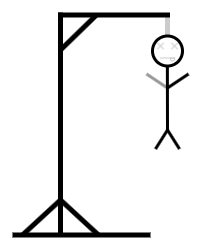
Earlier version of the draw.io export Hangman9.png (CubezPlayer/Discord-Bot). Source tidied: cells renumbered, new cells last; positions are measured from the earlier drawing's top-left corner, leaving out a move shared by most shapes. Its diagram source:
```xml
<mxGraphModel>
  <root>
    <mxCell id="0" />
    <mxCell id="1" parent="0" />
    <mxCell id="2" style="endArrow=none;html=1;rounded=0;strokeWidth=3;strokeColor=#999999;" parent="1" edge="1">
      <mxGeometry relative="1" as="geometry">
        <mxPoint x="155" y="75.5" as="sourcePoint" />
        <mxPoint x="134" y="61.5" as="targetPoint" />
      </mxGeometry>
    </mxCell>
    <mxCell id="3" style="endArrow=none;html=1;rounded=0;strokeWidth=5;" parent="1" edge="1">
      <mxGeometry relative="1" as="geometry">
        <mxPoint y="222.5" as="sourcePoint" />
        <mxPoint x="138" y="222.5" as="targetPoint" />
      </mxGeometry>
    </mxCell>
    <mxCell id="4" style="endArrow=none;html=1;rounded=0;strokeWidth=5;" parent="1" edge="1">
      <mxGeometry relative="1" as="geometry">
        <mxPoint x="48" as="sourcePoint" />
        <mxPoint x="48" y="222.5" as="targetPoint" />
      </mxGeometry>
    </mxCell>
    <mxCell id="5" style="endArrow=none;html=1;rounded=0;strokeWidth=5;strokeColor=#CCCCCC;" parent="1" edge="1">
      <mxGeometry relative="1" as="geometry">
        <mxPoint x="155" y="2.5" as="sourcePoint" />
        <mxPoint x="155" y="22.5" as="targetPoint" />
      </mxGeometry>
    </mxCell>
    <mxCell id="6" style="endArrow=none;html=1;rounded=0;strokeWidth=5;" parent="1" edge="1">
      <mxGeometry relative="1" as="geometry">
        <mxPoint x="46" y="2.5" as="sourcePoint" />
        <mxPoint x="157.5" y="2.5" as="targetPoint" />
      </mxGeometry>
    </mxCell>
    <mxCell id="7" style="ellipse;whiteSpace=wrap;html=1;strokeWidth=3;fillColor=none;" parent="1" vertex="1">
      <mxGeometry x="140" y="23.5" width="30" height="30" as="geometry" />
    </mxCell>
    <mxCell id="8" style="endArrow=none;html=1;rounded=0;strokeWidth=3;" parent="1" edge="1">
      <mxGeometry relative="1" as="geometry">
        <mxPoint x="155" y="119.5" as="sourcePoint" />
        <mxPoint x="154.9" y="53.5" as="targetPoint" />
      </mxGeometry>
    </mxCell>
    <mxCell id="9" style="endArrow=none;html=1;rounded=0;strokeWidth=3;" parent="1" edge="1">
      <mxGeometry relative="1" as="geometry">
        <mxPoint x="155" y="75.5" as="sourcePoint" />
        <mxPoint x="176" y="61.5" as="targetPoint" />
      </mxGeometry>
    </mxCell>
    <mxCell id="10" style="endArrow=none;html=1;rounded=0;strokeWidth=3;" parent="1" edge="1">
      <mxGeometry relative="1" as="geometry">
        <mxPoint x="155" y="117.5" as="sourcePoint" />
        <mxPoint x="167" y="136.5" as="targetPoint" />
      </mxGeometry>
    </mxCell>
    <mxCell id="11" style="endArrow=none;html=1;rounded=0;strokeWidth=3;" parent="1" edge="1">
      <mxGeometry relative="1" as="geometry">
        <mxPoint x="155" y="117.5" as="sourcePoint" />
        <mxPoint x="143" y="136.5" as="targetPoint" />
      </mxGeometry>
    </mxCell>
    <mxCell id="12" style="group;rotation=-45;" parent="1" vertex="1">
      <mxGeometry x="144" y="29.5" width="8" height="8" as="geometry" />
    </mxCell>
    <mxCell id="13" style="endArrow=none;html=1;rounded=0;strokeColor=#CCCCCC;" parent="12" edge="1">
      <mxGeometry relative="1" as="geometry">
        <mxPoint x="7" y="7" as="sourcePoint" />
        <mxPoint x="1" y="1" as="targetPoint" />
      </mxGeometry>
    </mxCell>
    <mxCell id="14" style="endArrow=none;html=1;rounded=0;strokeColor=#CCCCCC;" parent="12" edge="1">
      <mxGeometry relative="1" as="geometry">
        <mxPoint x="7" y="1" as="sourcePoint" />
        <mxPoint x="1" y="7" as="targetPoint" />
      </mxGeometry>
    </mxCell>
    <mxCell id="15" style="group;rotation=-45;" parent="1" vertex="1">
      <mxGeometry x="158" y="29.5" width="8" height="8" as="geometry" />
    </mxCell>
    <mxCell id="16" style="endArrow=none;html=1;rounded=0;strokeColor=#CCCCCC;" parent="15" edge="1">
      <mxGeometry relative="1" as="geometry">
        <mxPoint x="7" y="7" as="sourcePoint" />
        <mxPoint x="1" y="1" as="targetPoint" />
      </mxGeometry>
    </mxCell>
    <mxCell id="17" style="endArrow=none;html=1;rounded=0;strokeColor=#CCCCCC;" parent="15" edge="1">
      <mxGeometry relative="1" as="geometry">
        <mxPoint x="7" y="1" as="sourcePoint" />
        <mxPoint x="1" y="7" as="targetPoint" />
      </mxGeometry>
    </mxCell>
    <mxCell id="18" style="endArrow=none;html=1;rounded=1;curved=0;strokeColor=#CCCCCC;" parent="1" edge="1">
      <mxGeometry relative="1" as="geometry">
        <mxPoint x="147.5" y="45.5" as="sourcePoint" />
        <mxPoint x="162.5" y="45.5" as="targetPoint" />
      </mxGeometry>
    </mxCell>
    <mxCell id="19" style="shape=or;whiteSpace=wrap;html=1;rotation=90;fillColor=none;strokeColor=#CCCCCC;" parent="1" vertex="1">
      <mxGeometry x="158.5" y="45" width="3" height="4" as="geometry" />
    </mxCell>
    <mxCell id="20" style="endArrow=none;html=1;rounded=0;strokeWidth=5;" parent="1" edge="1">
      <mxGeometry relative="1" as="geometry">
        <mxPoint x="84" y="2.5" as="sourcePoint" />
        <mxPoint x="48" y="37.5" as="targetPoint" />
      </mxGeometry>
    </mxCell>
    <mxCell id="21" style="endArrow=none;html=1;rounded=0;strokeWidth=5;" parent="1" edge="1">
      <mxGeometry relative="1" as="geometry">
        <mxPoint x="48" y="187.5" as="sourcePoint" />
        <mxPoint x="86" y="222.5" as="targetPoint" />
      </mxGeometry>
    </mxCell>
    <mxCell id="22" style="endArrow=none;html=1;rounded=0;strokeWidth=5;" parent="1" edge="1">
      <mxGeometry relative="1" as="geometry">
        <mxPoint x="10" y="222.5" as="sourcePoint" />
        <mxPoint x="48" y="187.5" as="targetPoint" />
      </mxGeometry>
    </mxCell>
  </root>
</mxGraphModel>
```
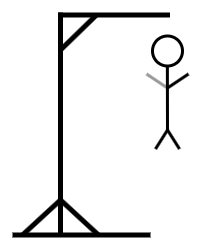
Above is the later version.

What changed in the source:
```diff
@@ -20,101 +20,56 @@
         <mxPoint x="48" y="222.5" as="targetPoint" />
       </mxGeometry>
     </mxCell>
-    <mxCell id="5" style="endArrow=none;html=1;rounded=0;strokeWidth=5;strokeColor=#CCCCCC;" parent="1" edge="1">
+    <mxCell id="5" style="endArrow=none;html=1;rounded=0;strokeWidth=5;" parent="1" edge="1">
       <mxGeometry relative="1" as="geometry">
-        <mxPoint x="155" y="2.5" as="sourcePoint" />
-        <mxPoint x="155" y="22.5" as="targetPoint" />
+        <mxPoint x="46" y="2.5" as="sourcePoint" />
+        <mxPoint x="157.5" y="2.5" as="targetPoint" />
       </mxGeometry>
     </mxCell>
-    <mxCell id="6" style="endArrow=none;html=1;rounded=0;strokeWidth=5;" parent="1" edge="1">
-      <mxGeometry relative="1" as="geometry">
-        <mxPoint x="46" y="2.5" as="sourcePoint" />
-        <mxPoint x="157.5" y="2.5" as="targetPoint" />
-      </mxGeometry>
+    <mxCell id="6" style="ellipse;whiteSpace=wrap;html=1;strokeWidth=3;fillColor=none;" parent="1" vertex="1">
+      <mxGeometry x="140" y="23.5" width="30" height="30" as="geometry" />
     </mxCell>
-    <mxCell id="7" style="ellipse;whiteSpace=wrap;html=1;strokeWidth=3;fillColor=none;" parent="1" vertex="1">
-      <mxGeometry x="140" y="23.5" width="30" height="30" as="geometry" />
+    <mxCell id="7" style="endArrow=none;html=1;rounded=0;strokeWidth=3;" parent="1" edge="1">
+      <mxGeometry relative="1" as="geometry">
+        <mxPoint x="155" y="119.5" as="sourcePoint" />
+        <mxPoint x="154.9" y="53.5" as="targetPoint" />
+      </mxGeometry>
     </mxCell>
     <mxCell id="8" style="endArrow=none;html=1;rounded=0;strokeWidth=3;" parent="1" edge="1">
       <mxGeometry relative="1" as="geometry">
-        <mxPoint x="155" y="119.5" as="sourcePoint" />
-        <mxPoint x="154.9" y="53.5" as="targetPoint" />
+        <mxPoint x="155" y="75.5" as="sourcePoint" />
+        <mxPoint x="176" y="61.5" as="targetPoint" />
       </mxGeometry>
     </mxCell>
     <mxCell id="9" style="endArrow=none;html=1;rounded=0;strokeWidth=3;" parent="1" edge="1">
       <mxGeometry relative="1" as="geometry">
-        <mxPoint x="155" y="75.5" as="sourcePoint" />
-        <mxPoint x="176" y="61.5" as="targetPoint" />
+        <mxPoint x="155" y="117.5" as="sourcePoint" />
+        <mxPoint x="167" y="136.5" as="targetPoint" />
       </mxGeometry>
     </mxCell>
     <mxCell id="10" style="endArrow=none;html=1;rounded=0;strokeWidth=3;" parent="1" edge="1">
       <mxGeometry relative="1" as="geometry">
         <mxPoint x="155" y="117.5" as="sourcePoint" />
-        <mxPoint x="167" y="136.5" as="targetPoint" />
+        <mxPoint x="143" y="136.5" as="targetPoint" />
       </mxGeometry>
     </mxCell>
-    <mxCell id="11" style="endArrow=none;html=1;rounded=0;strokeWidth=3;" parent="1" edge="1">
+    <mxCell id="11" style="endArrow=none;html=1;rounded=0;strokeWidth=5;" parent="1" edge="1">
       <mxGeometry relative="1" as="geometry">
-        <mxPoint x="155" y="117.5" as="sourcePoint" />
-        <mxPoint x="143" y="136.5" as="targetPoint" />
+        <mxPoint x="84" y="2.5" as="sourcePoint" />
+        <mxPoint x="48" y="37.5" as="targetPoint" />
       </mxGeometry>
     </mxCell>
-    <mxCell id="12" style="group;rotation=-45;" parent="1" vertex="1">
-      <mxGeometry x="144" y="29.5" width="8" height="8" as="geometry" />
+    <mxCell id="12" style="endArrow=none;html=1;rounded=0;strokeWidth=5;" parent="1" edge="1">
+      <mxGeometry relative="1" as="geometry">
+        <mxPoint x="48" y="187.5" as="sourcePoint" />
+        <mxPoint x="86" y="222.5" as="targetPoint" />
+      </mxGeometry>
     </mxCell>
-    <mxCell id="13" style="endArrow=none;html=1;rounded=0;strokeColor=#CCCCCC;" parent="12" edge="1">
+    <mxCell id="13" style="endArrow=none;html=1;rounded=0;strokeWidth=5;" parent="1" edge="1">
       <mxGeometry relative="1" as="geometry">
-        <mxPoint x="7" y="7" as="sourcePoint" />
-        <mxPoint x="1" y="1" as="targetPoint" />
+        <mxPoint x="10" y="222.5" as="sourcePoint" />
+        <mxPoint x="48" y="187.5" as="targetPoint" />
       </mxGeometry>
     </mxCell>
-    <mxCell id="14" style="endArrow=none;html=1;rounded=0;strokeColor=#CCCCCC;" parent="12" edge="1">
-      <mxGeometry relative="1" as="geometry">
-        <mxPoint x="7" y="1" as="sourcePoint" />
-        <mxPoint x="1" y="7" as="targetPoint" />
-      </mxGeometry>
-    </mxCell>
-    <mxCell id="15" style="group;rotation=-45;" parent="1" vertex="1">
-      <mxGeometry x="158" y="29.5" width="8" height="8" as="geometry" />
-    </mxCell>
-    <mxCell id="16" style="endArrow=none;html=1;rounded=0;strokeColor=#CCCCCC;" parent="15" edge="1">
-      <mxGeometry relative="1" as="geometry">
-        <mxPoint x="7" y="7" as="sourcePoint" />
-        <mxPoint x="1" y="1" as="targetPoint" />
-      </mxGeometry>
-    </mxCell>
-    <mxCell id="17" style="endArrow=none;html=1;rounded=0;strokeColor=#CCCCCC;" parent="15" edge="1">
-      <mxGeometry relative="1" as="geometry">
-        <mxPoint x="7" y="1" as="sourcePoint" />
-        <mxPoint x="1" y="7" as="targetPoint" />
-      </mxGeometry>
-    </mxCell>
-    <mxCell id="18" style="endArrow=none;html=1;rounded=1;curved=0;strokeColor=#CCCCCC;" parent="1" edge="1">
-      <mxGeometry relative="1" as="geometry">
-        <mxPoint x="147.5" y="45.5" as="sourcePoint" />
-        <mxPoint x="162.5" y="45.5" as="targetPoint" />
-      </mxGeometry>
-    </mxCell>
-    <mxCell id="19" style="shape=or;whiteSpace=wrap;html=1;rotation=90;fillColor=none;strokeColor=#CCCCCC;" parent="1" vertex="1">
-      <mxGeometry x="158.5" y="45" width="3" height="4" as="geometry" />
-    </mxCell>
-    <mxCell id="20" style="endArrow=none;html=1;rounded=0;strokeWidth=5;" parent="1" edge="1">
-      <mxGeometry relative="1" as="geometry">
-        <mxPoint x="84" y="2.5" as="sourcePoint" />
-        <mxPoint x="48" y="37.5" as="targetPoint" />
-      </mxGeometry>
-    </mxCell>
-    <mxCell id="21" style="endArrow=none;html=1;rounded=0;strokeWidth=5;" parent="1" edge="1">
-      <mxGeometry relative="1" as="geometry">
-        <mxPoint x="48" y="187.5" as="sourcePoint" />
-        <mxPoint x="86" y="222.5" as="targetPoint" />
-      </mxGeometry>
-    </mxCell>
-    <mxCell id="22" style="endArrow=none;html=1;rounded=0;strokeWidth=5;" parent="1" edge="1">
-      <mxGeometry relative="1" as="geometry">
-        <mxPoint x="10" y="222.5" as="sourcePoint" />
-        <mxPoint x="48" y="187.5" as="targetPoint" />
-      </mxGeometry>
-    </mxCell>
   </root>
 </mxGraphModel>
```
